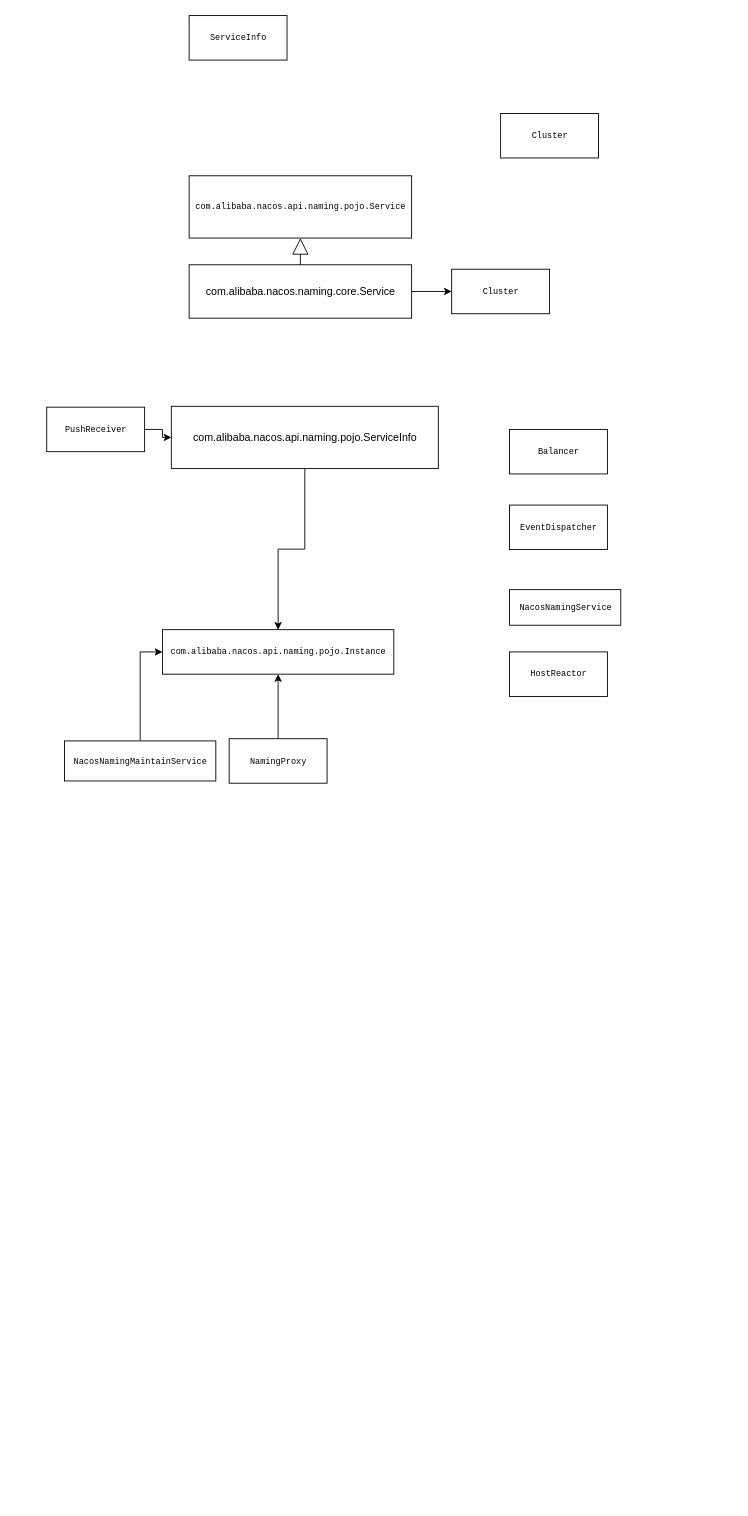
The draw.io diagram nacos.drawio in hellojd2018/ms_document, before the edit. Source tidied: cells renumbered, new cells numbered last; positions are measured from the earlier drawing's top-left corner, leaving out a move shared by most shapes. Both pictures are drawn from the tidied source at 89%, with x=0, y=0 at pixel (46, 15).
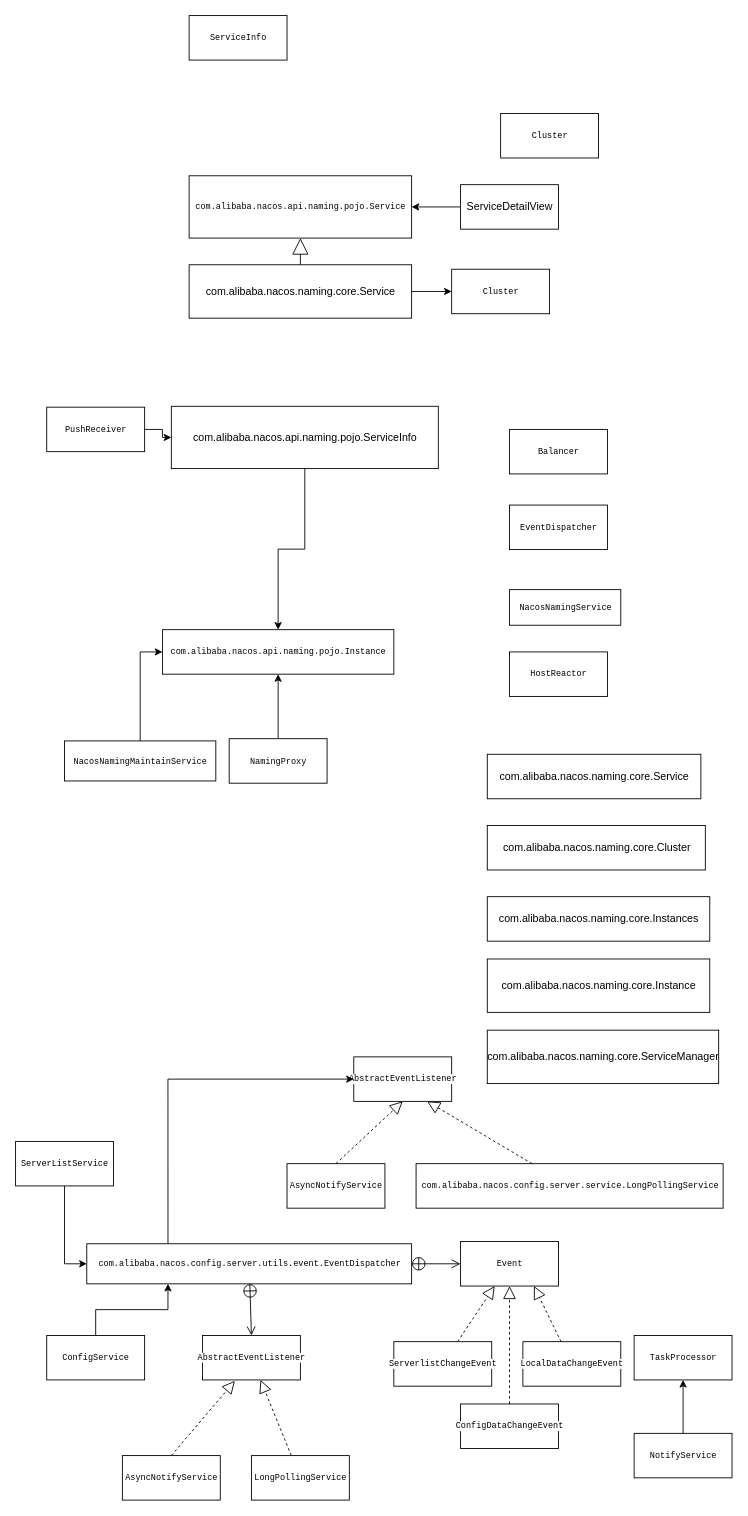
After the change.

The change refers to these unchanged cells:
```xml
<mxCell id="4" value="&lt;pre style=&quot;background-color: rgb(255 , 255 , 255) ; font-size: 7.2pt&quot;&gt;&lt;span style=&quot;font-size: 7.2pt ; white-space: nowrap&quot;&gt;com.alibaba.nacos.api.naming.pojo.&lt;/span&gt;Service&lt;/pre&gt;" style="html=1;" parent="1" vertex="1">
  <mxGeometry x="160" y="180" width="250" height="70" as="geometry" />
</mxCell>
```

The edit, as a diff of the source:
```diff
@@
+    <mxCell id="22" style="edgeStyle=orthogonalEdgeStyle;rounded=0;jettySize=auto;html=1;entryX=1;entryY=0.5;entryDx=0;entryDy=0;" parent="1" edge="1" source="23" target="4">
+      <mxGeometry relative="1" as="geometry" />
+    </mxCell>
+    <mxCell id="23" value="&lt;span style=&quot;text-align: left&quot;&gt;ServiceDetailView&lt;/span&gt;" style="html=1;" parent="1" vertex="1">
+      <mxGeometry x="465" y="190" width="110" height="50" as="geometry" />
+    </mxCell>
+    <mxCell id="24" value="com.alibaba.nacos.naming.core.Cluster" style="html=1;" parent="1" vertex="1">
+      <mxGeometry x="495" y="910" width="245" height="50" as="geometry" />
+    </mxCell>
+    <mxCell id="25" value="com.alibaba.nacos.naming.core.Service" style="html=1;" parent="1" vertex="1">
+      <mxGeometry x="495" y="830" width="240" height="50" as="geometry" />
+    </mxCell>
+    <mxCell id="26" value="com.alibaba.nacos.naming.core.Instances" style="html=1;" parent="1" vertex="1">
+      <mxGeometry x="495" y="990" width="250" height="50" as="geometry" />
+    </mxCell>
+    <mxCell id="27" value="com.alibaba.nacos.naming.core.Instance" style="html=1;" parent="1" vertex="1">
+      <mxGeometry x="495" y="1060" width="250" height="60" as="geometry" />
+    </mxCell>
+    <mxCell id="28" value="com.alibaba.nacos.naming.core.ServiceManager" style="html=1;" parent="1" vertex="1">
+      <mxGeometry x="495" y="1140" width="260" height="60" as="geometry" />
+    </mxCell>
+    <mxCell id="29" value="&lt;pre style=&quot;background-color: rgb(255 , 255 , 255) ; font-size: 7.2pt&quot;&gt;TaskProcessor&lt;/pre&gt;" style="html=1;" parent="1" vertex="1">
+      <mxGeometry x="660" y="1483" width="110" height="50" as="geometry" />
+    </mxCell>
+    <mxCell id="30" style="edgeStyle=orthogonalEdgeStyle;rounded=0;jettySize=auto;html=1;exitX=0.5;exitY=0;exitDx=0;exitDy=0;entryX=0.5;entryY=1;entryDx=0;entryDy=0;" parent="1" edge="1" source="31" target="29">
+      <mxGeometry relative="1" as="geometry" />
+    </mxCell>
+    <mxCell id="31" value="&lt;pre style=&quot;background-color: rgb(255 , 255 , 255) ; font-size: 7.2pt&quot;&gt;NotifyService&lt;/pre&gt;" style="html=1;" parent="1" vertex="1">
+      <mxGeometry x="660" y="1593" width="110" height="50" as="geometry" />
+    </mxCell>
+    <mxCell id="32" value="&lt;pre style=&quot;background-color: rgb(255 , 255 , 255) ; font-size: 7.2pt&quot;&gt;AbstractEventListener&lt;/pre&gt;" style="html=1;" parent="1" vertex="1">
+      <mxGeometry x="345" y="1170" width="110" height="50" as="geometry" />
+    </mxCell>
+    <mxCell id="33" value="&lt;pre style=&quot;background-color: rgb(255 , 255 , 255) ; font-size: 7.2pt&quot;&gt;AsyncNotifyService&lt;/pre&gt;" style="html=1;" parent="1" vertex="1">
+      <mxGeometry x="270" y="1290" width="110" height="50" as="geometry" />
+    </mxCell>
+    <mxCell id="34" style="endArrow=block;dashed=1;endFill=0;endSize=12;html=1;entryX=0.5;entryY=1;entryDx=0;entryDy=0;exitX=0.5;exitY=0;exitDx=0;exitDy=0;" parent="1" edge="1" source="33" target="32">
+      <mxGeometry relative="1" as="geometry" />
+    </mxCell>
+    <mxCell id="35" value="&lt;pre style=&quot;background-color: rgb(255 , 255 , 255) ; font-size: 7.2pt&quot;&gt;com.alibaba.nacos.config.server.service.LongPollingService&lt;/pre&gt;" style="html=1;" parent="1" vertex="1">
+      <mxGeometry x="415" y="1290" width="345" height="50" as="geometry" />
+    </mxCell>
+    <mxCell id="36" style="endArrow=block;dashed=1;endFill=0;endSize=12;html=1;entryX=0.75;entryY=1;entryDx=0;entryDy=0;" parent="1" edge="1" source="35" target="32">
+      <mxGeometry relative="1" as="geometry" />
+    </mxCell>
+    <mxCell id="37" style="edgeStyle=orthogonalEdgeStyle;rounded=0;jettySize=auto;html=1;exitX=0.25;exitY=0;exitDx=0;exitDy=0;entryX=0;entryY=0.5;entryDx=0;entryDy=0;" parent="1" edge="1" source="38" target="32">
+      <mxGeometry relative="1" as="geometry" />
+    </mxCell>
+    <mxCell id="38" value="&lt;pre style=&quot;background-color: rgb(255 , 255 , 255) ; font-size: 7.2pt&quot;&gt;com.alibaba.nacos.config.server.utils.event.EventDispatcher&lt;/pre&gt;" style="html=1;" parent="1" vertex="1">
+      <mxGeometry x="45" y="1380" width="365" height="45" as="geometry" />
+    </mxCell>
+    <mxCell id="39" value="&lt;pre style=&quot;background-color: rgb(255 , 255 , 255) ; font-size: 7.2pt&quot;&gt;Event&lt;/pre&gt;" style="html=1;" parent="1" vertex="1">
+      <mxGeometry x="465" y="1377.5" width="110" height="50" as="geometry" />
+    </mxCell>
+    <mxCell id="40" style="endArrow=open;startArrow=circlePlus;endFill=0;startFill=0;endSize=8;html=1;entryX=0;entryY=0.5;entryDx=0;entryDy=0;" parent="1" edge="1" source="38" target="39">
+      <mxGeometry relative="1" as="geometry" />
+    </mxCell>
+    <mxCell id="41" value="&lt;pre style=&quot;background-color: rgb(255 , 255 , 255) ; font-size: 7.2pt&quot;&gt;ConfigDataChangeEvent&lt;/pre&gt;" style="html=1;" parent="1" vertex="1">
+      <mxGeometry x="465" y="1560" width="110" height="50" as="geometry" />
+    </mxCell>
+    <mxCell id="42" style="endArrow=block;dashed=1;endFill=0;endSize=12;html=1;entryX=0.5;entryY=1;entryDx=0;entryDy=0;exitX=0.5;exitY=0;exitDx=0;exitDy=0;" parent="1" edge="1" source="41" target="39">
+      <mxGeometry relative="1" as="geometry" />
+    </mxCell>
+    <mxCell id="43" value="&lt;pre style=&quot;background-color: rgb(255 , 255 , 255) ; font-size: 7.2pt&quot;&gt;LocalDataChangeEvent&lt;/pre&gt;" style="html=1;" parent="1" vertex="1">
+      <mxGeometry x="535" y="1490" width="110" height="50" as="geometry" />
+    </mxCell>
+    <mxCell id="44" style="endArrow=block;dashed=1;endFill=0;endSize=12;html=1;entryX=0.75;entryY=1;entryDx=0;entryDy=0;" parent="1" edge="1" source="43" target="39">
+      <mxGeometry relative="1" as="geometry" />
+    </mxCell>
+    <mxCell id="45" value="&lt;pre style=&quot;background-color: rgb(255 , 255 , 255) ; font-size: 7.2pt&quot;&gt;ServerlistChangeEvent&lt;/pre&gt;" style="html=1;" parent="1" vertex="1">
+      <mxGeometry x="390" y="1490" width="110" height="50" as="geometry" />
+    </mxCell>
+    <mxCell id="46" style="endArrow=block;dashed=1;endFill=0;endSize=12;html=1;" parent="1" edge="1" source="45" target="39">
+      <mxGeometry relative="1" as="geometry" />
+    </mxCell>
+    <mxCell id="47" value="&lt;pre style=&quot;background-color: rgb(255 , 255 , 255) ; font-size: 7.2pt&quot;&gt;AbstractEventListener&lt;/pre&gt;" style="html=1;" parent="1" vertex="1">
+      <mxGeometry x="175" y="1483" width="110" height="50" as="geometry" />
+    </mxCell>
+    <mxCell id="48" style="endArrow=open;startArrow=circlePlus;endFill=0;startFill=0;endSize=8;html=1;entryX=0.5;entryY=0;entryDx=0;entryDy=0;" parent="1" edge="1" source="38" target="47">
+      <mxGeometry relative="1" as="geometry" />
+    </mxCell>
+    <mxCell id="49" value="&lt;pre style=&quot;background-color: rgb(255 , 255 , 255) ; font-size: 7.2pt&quot;&gt;AsyncNotifyService&lt;/pre&gt;" style="html=1;" parent="1" vertex="1">
+      <mxGeometry x="85" y="1618" width="110" height="50" as="geometry" />
+    </mxCell>
+    <mxCell id="50" value="&lt;pre style=&quot;background-color: rgb(255 , 255 , 255) ; font-size: 7.2pt&quot;&gt;LongPollingService&lt;/pre&gt;" style="html=1;" parent="1" vertex="1">
+      <mxGeometry x="230" y="1618" width="110" height="50" as="geometry" />
+    </mxCell>
+    <mxCell id="51" style="endArrow=block;dashed=1;endFill=0;endSize=12;html=1;entryX=0.331;entryY=1.02;entryDx=0;entryDy=0;entryPerimeter=0;exitX=0.5;exitY=0;exitDx=0;exitDy=0;" parent="1" edge="1" source="49" target="47">
+      <mxGeometry relative="1" as="geometry" />
+    </mxCell>
+    <mxCell id="52" style="endArrow=block;dashed=1;endFill=0;endSize=12;html=1;" parent="1" edge="1" source="50" target="47">
+      <mxGeometry relative="1" as="geometry" />
+    </mxCell>
+    <mxCell id="53" style="edgeStyle=orthogonalEdgeStyle;rounded=0;jettySize=auto;html=1;exitX=0.5;exitY=0;exitDx=0;exitDy=0;entryX=0.25;entryY=1;entryDx=0;entryDy=0;" parent="1" edge="1" source="54" target="38">
+      <mxGeometry relative="1" as="geometry" />
+    </mxCell>
+    <mxCell id="54" value="&lt;pre style=&quot;background-color: rgb(255 , 255 , 255) ; font-size: 7.2pt&quot;&gt;ConfigService&lt;/pre&gt;" style="html=1;" parent="1" vertex="1">
+      <mxGeometry y="1483" width="110" height="50" as="geometry" />
+    </mxCell>
+    <mxCell id="55" style="edgeStyle=orthogonalEdgeStyle;rounded=0;jettySize=auto;html=1;exitX=0.5;exitY=1;exitDx=0;exitDy=0;entryX=0;entryY=0.5;entryDx=0;entryDy=0;" parent="1" edge="1" source="56" target="38">
+      <mxGeometry relative="1" as="geometry" />
+    </mxCell>
+    <mxCell id="56" value="&lt;pre style=&quot;background-color: rgb(255 , 255 , 255) ; font-size: 7.2pt&quot;&gt;ServerListService&lt;/pre&gt;" style="html=1;" parent="1" vertex="1">
+      <mxGeometry x="-35" y="1265" width="110" height="50" as="geometry" />
+    </mxCell>
```
